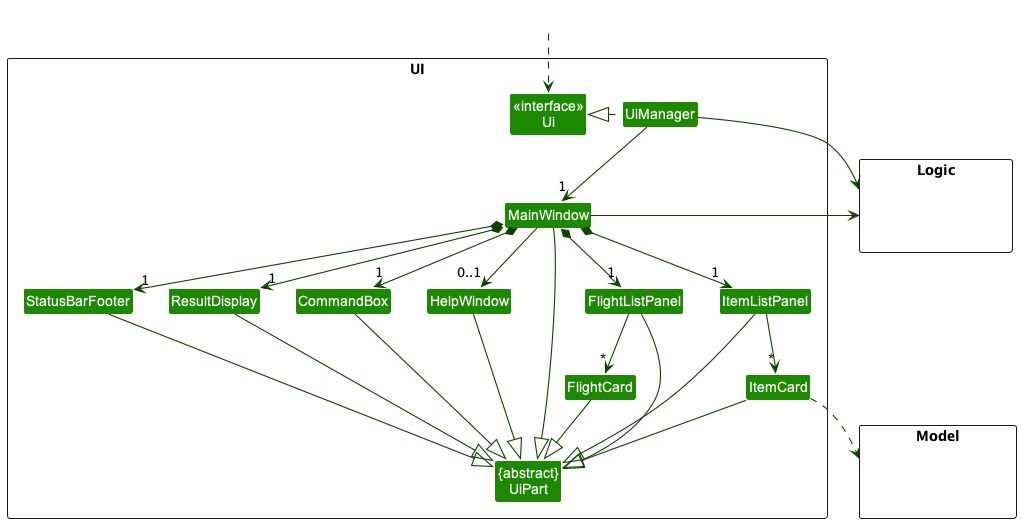
Above: docs/images/WingmanUiClassDiagram.png in nus-cs2103-AY2223S2/tp (PlantUML), before the change. Source of this version:
```plantuml
@startuml
!include style.puml
skinparam arrowThickness 1.1
skinparam arrowColor UI_COLOR_T4
skinparam classBackgroundColor UI_COLOR

package UI <<Rectangle>>{
Class "<<interface>>\nUi" as Ui
Class "{abstract}\nUiPart" as UiPart
Class UiManager
Class MainWindow
Class HelpWindow
Class ResultDisplay
Class ItemListPanel
Class ItemCard
Class FlightListPanel
Class FlightCard
Class StatusBarFooter
Class CommandBox
}

package Model <<Rectangle>> {
Class HiddenModel #FFFFFF
}

package Logic <<Rectangle>> {
Class HiddenLogic #FFFFFF
}

Class HiddenOutside #FFFFFF
HiddenOutside ..> Ui

UiManager .left.|> Ui
UiManager -down-> "1" MainWindow
MainWindow *-down->  "1" CommandBox
MainWindow *-down-> "1" ResultDisplay
MainWindow *-down-> "1" ItemListPanel
MainWindow *-down-> "1" FlightListPanel
MainWindow *-down-> "1" StatusBarFooter
MainWindow --> "0..1" HelpWindow

ItemListPanel -down-> "*" ItemCard
FlightListPanel -down-> "*" FlightCard

MainWindow -left-|> UiPart

ResultDisplay --|> UiPart
CommandBox --|> UiPart
ItemListPanel --|> UiPart
ItemCard --|> UiPart
FlightListPanel --|> UiPart
FlightCard --|> UiPart
StatusBarFooter --|> UiPart
HelpWindow --|> UiPart

ItemCard ..> Model
UiManager -right-> Logic
MainWindow -left-> Logic

ItemListPanel -[hidden]left- HelpWindow
HelpWindow -[hidden]left- CommandBox
CommandBox -[hidden]left- ResultDisplay
ResultDisplay -[hidden]left- StatusBarFooter

MainWindow -[hidden]-|> UiPart
@enduml
```
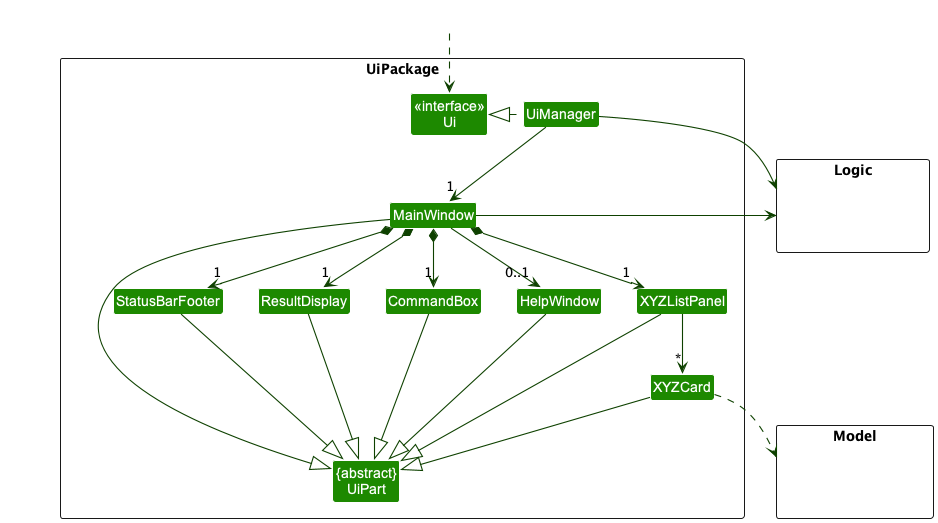
Above is the later version.

Commit message:
Update Ui, Model and Storage sections

Diff of the diagram source:
```diff
@@ -4,17 +4,15 @@
 skinparam arrowColor UI_COLOR_T4
 skinparam classBackgroundColor UI_COLOR
 
-package UI <<Rectangle>>{
+package UiPackage <<Rectangle>>{
 Class "<<interface>>\nUi" as Ui
 Class "{abstract}\nUiPart" as UiPart
 Class UiManager
 Class MainWindow
 Class HelpWindow
 Class ResultDisplay
-Class ItemListPanel
-Class ItemCard
-Class FlightListPanel
-Class FlightCard
+Class XYZListPanel
+Class XYZCard
 Class StatusBarFooter
 Class CommandBox
 }
@@ -34,30 +32,25 @@
 UiManager -down-> "1" MainWindow
 MainWindow *-down->  "1" CommandBox
 MainWindow *-down-> "1" ResultDisplay
-MainWindow *-down-> "1" ItemListPanel
-MainWindow *-down-> "1" FlightListPanel
+MainWindow *-down-> "1" XYZListPanel
 MainWindow *-down-> "1" StatusBarFooter
 MainWindow --> "0..1" HelpWindow
 
-ItemListPanel -down-> "*" ItemCard
-FlightListPanel -down-> "*" FlightCard
+XYZListPanel -down-> "*" XYZCard
 
 MainWindow -left-|> UiPart
 
 ResultDisplay --|> UiPart
 CommandBox --|> UiPart
-ItemListPanel --|> UiPart
-ItemCard --|> UiPart
-FlightListPanel --|> UiPart
-FlightCard --|> UiPart
+XYZListPanel --|> UiPart
+XYZCard --|> UiPart
 StatusBarFooter --|> UiPart
 HelpWindow --|> UiPart
 
-ItemCard ..> Model
+XYZCard ..> Model
 UiManager -right-> Logic
 MainWindow -left-> Logic
 
-ItemListPanel -[hidden]left- HelpWindow
 HelpWindow -[hidden]left- CommandBox
 CommandBox -[hidden]left- ResultDisplay
 ResultDisplay -[hidden]left- StatusBarFooter
```
